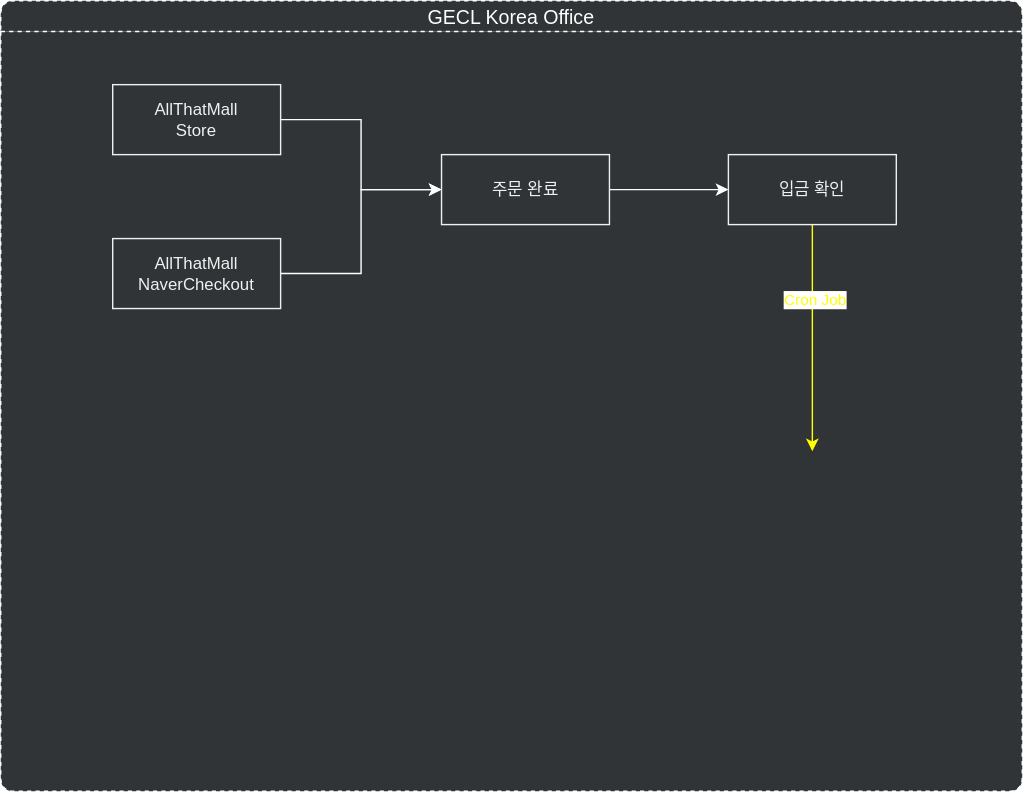
This is assets/.draw.io/documents/geclkorea-network-diagram.svg from jiholee-ntwglobal/jiholee-ntwglobal.github.io, a draw.io export, as it was before one commit. Source tidied: cells renumbered, new cells last; positions are measured from the earlier drawing's top-left corner, leaving out a move shared by most shapes.
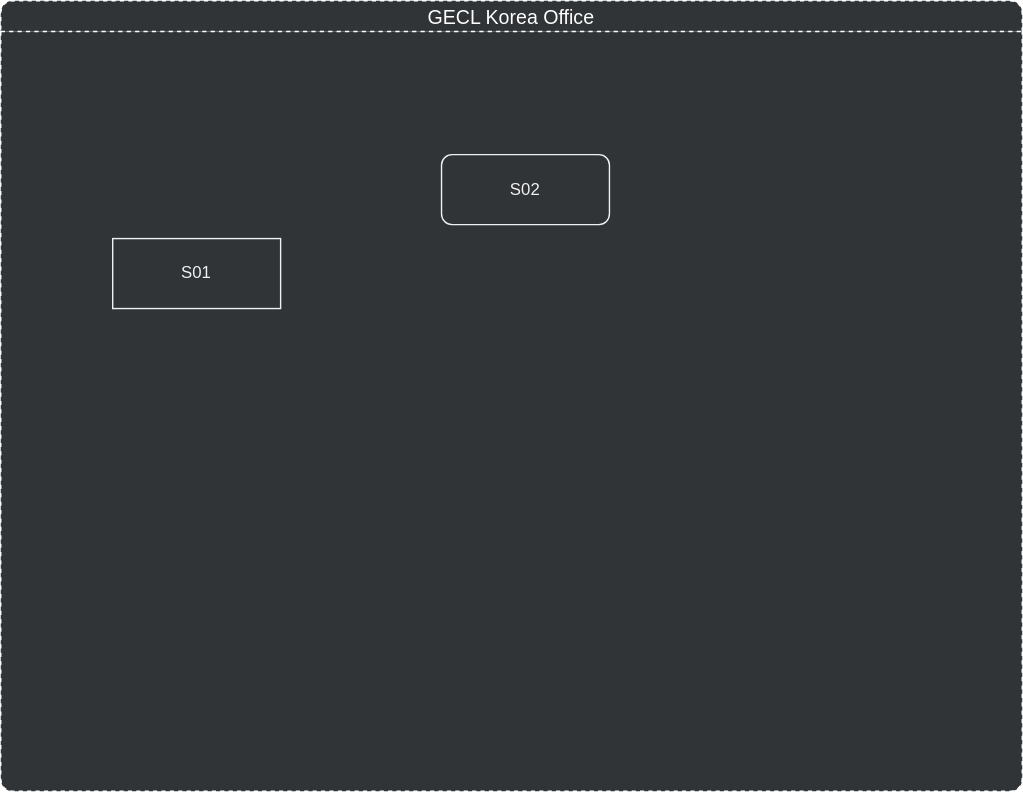
The same file after the commit.

What changed in the source:
```diff
@@ -15,34 +15,11 @@
         <mxPoint x="95" y="101" as="sourcePoint" />
       </mxGeometry>
     </mxCell>
-    <mxCell id="5" style="edgeStyle=orthogonalEdgeStyle;rounded=0;jettySize=auto;html=1;strokeColor=#FFFFFF;" parent="1" edge="1" source="6" target="10">
-      <mxGeometry relative="1" as="geometry" />
-    </mxCell>
-    <mxCell id="6" value="AllThatMall&lt;br&gt;Store" style="rounded=0;whiteSpace=wrap;html=1;strokeColor=#F0F0F0;fillColor=none;fontColor=#F0F0F0;" parent="1" vertex="1">
-      <mxGeometry x="80" y="60" width="120" height="50" as="geometry" />
-    </mxCell>
-    <mxCell id="7" style="edgeStyle=orthogonalEdgeStyle;rounded=0;jettySize=auto;html=1;entryX=0;entryY=0.5;entryDx=0;entryDy=0;strokeColor=#FFFFFF;" parent="1" edge="1" source="8" target="10">
-      <mxGeometry relative="1" as="geometry" />
-    </mxCell>
-    <mxCell id="8" value="AllThatMall&lt;br&gt;NaverCheckout" style="rounded=0;whiteSpace=wrap;html=1;strokeColor=#F0F0F0;fillColor=none;fontColor=#F0F0F0;" parent="1" vertex="1">
+    <mxCell id="8" value="S01" style="rounded=0;whiteSpace=wrap;html=1;strokeColor=#F0F0F0;fillColor=none;fontColor=#F0F0F0;" parent="1" vertex="1">
       <mxGeometry x="80" y="170" width="120" height="50" as="geometry" />
     </mxCell>
-    <mxCell id="9" style="edgeStyle=orthogonalEdgeStyle;rounded=0;jettySize=auto;html=1;strokeColor=#FFFFFF;entryX=0;entryY=0.5;entryDx=0;entryDy=0;exitX=1;exitY=0.5;exitDx=0;exitDy=0;" parent="1" edge="1" source="10" target="13">
-      <mxGeometry relative="1" as="geometry" />
-    </mxCell>
-    <mxCell id="10" value="주문 완료" style="rounded=0;whiteSpace=wrap;html=1;strokeColor=#F0F0F0;fillColor=none;fontColor=#F0F0F0;" parent="1" vertex="1">
+    <mxCell id="10" value="S02" style="rounded=1;whiteSpace=wrap;html=1;strokeColor=#F0F0F0;fillColor=none;fontColor=#F0F0F0;" parent="1" vertex="1">
       <mxGeometry x="315" y="110" width="120" height="50" as="geometry" />
     </mxCell>
-    <mxCell id="11" style="edgeStyle=orthogonalEdgeStyle;rounded=0;jettySize=auto;html=1;entryX=0.5;entryY=0;entryDx=0;entryDy=0;fontColor=#FFFFFF;strokeColor=#FFFF00;" parent="1" edge="1" source="13">
-      <mxGeometry relative="1" as="geometry">
-        <mxPoint x="580" y="322" as="targetPoint" />
-      </mxGeometry>
-    </mxCell>
-    <mxCell id="12" value="Cron Job" style="edgeLabel;html=1;align=center;verticalAlign=middle;fontColor=#FFFF00;" parent="11" vertex="1">
-      <mxGeometry x="-0.34" y="1" relative="1" as="geometry" />
-    </mxCell>
-    <mxCell id="13" value="입금 확인" style="rounded=0;whiteSpace=wrap;html=1;strokeColor=#F0F0F0;fillColor=none;fontColor=#F0F0F0;" parent="1" vertex="1">
-      <mxGeometry x="520" y="110" width="120" height="50" as="geometry" />
-    </mxCell>
   </root>
 </mxGraphModel>
```
